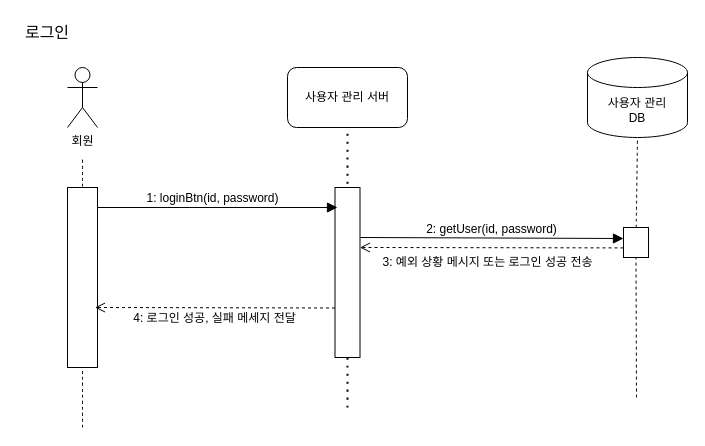
Above: page "로그인" (2 of 7) of squenceDiagram.drawio in cherror/placeK (draw.io), before the change. Source tidied: cells renumbered, new cells numbered last; positions are measured from the earlier drawing's top-left corner, leaving out a move shared by most shapes. Both pictures are drawn from the tidied source at 100%, with x=0, y=0 at pixel (17, 17).
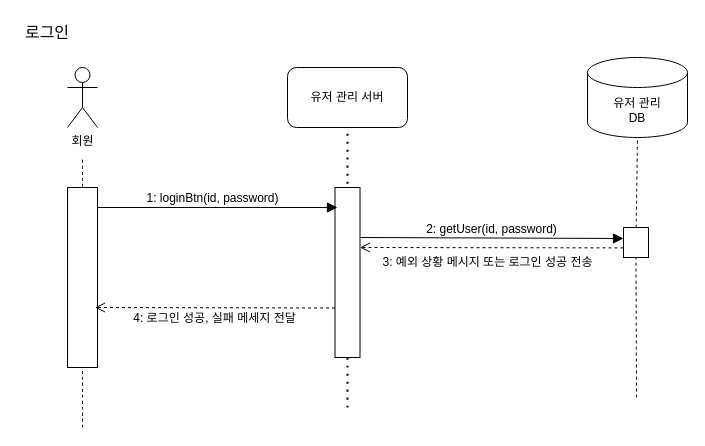
The same diagram, later.

The edit, as a diff of the source:
```diff
@@
-    <mxCell id="4" value="사용자 관리 서버" style="rounded=1;whiteSpace=wrap;html=1;" parent="1" vertex="1">
+    <mxCell id="4" value="유저 관리 서버" style="rounded=1;whiteSpace=wrap;html=1;" parent="1" vertex="1">
       <mxGeometry x="270" y="50" width="120" height="60" as="geometry" />
     </mxCell>
-    <mxCell id="5" value="사용자 관리&lt;div&gt;DB&lt;/div&gt;" style="shape=cylinder3;whiteSpace=wrap;html=1;boundedLbl=1;backgroundOutline=1;size=15;" parent="1" vertex="1">
+    <mxCell id="5" value="유저 관리&lt;div&gt;DB&lt;/div&gt;" style="shape=cylinder3;whiteSpace=wrap;html=1;boundedLbl=1;backgroundOutline=1;size=15;" parent="1" vertex="1">
       <mxGeometry x="570" y="40" width="100" height="80" as="geometry" />
     </mxCell>
```
